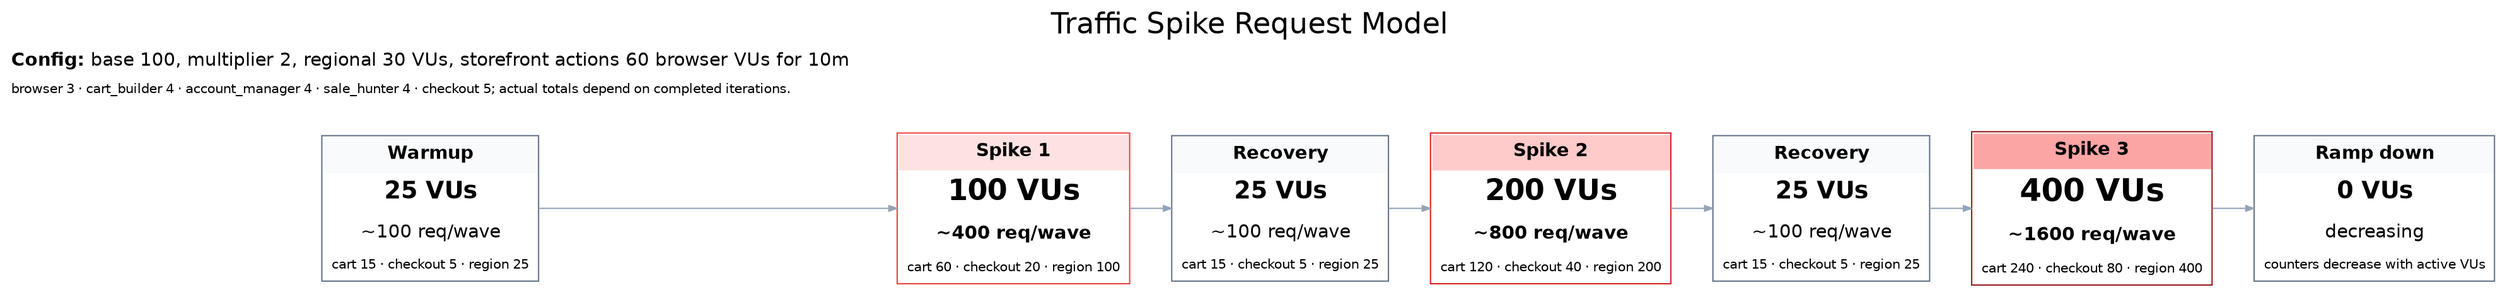
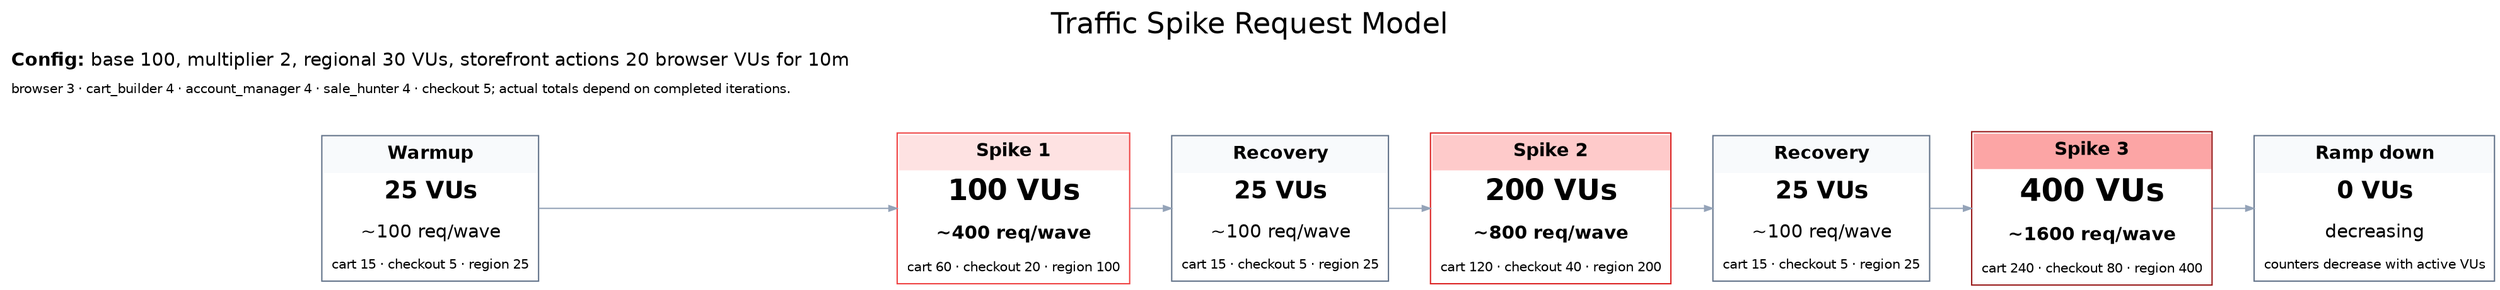
digraph traffic_spike_request_cards {
  graph [rankdir=LR, labelloc=t, label="Traffic Spike Request Model", fontsize=22, fontname="Helvetica", nodesep=0.35, ranksep=0.45, splines=ortho];
  node [shape=plain, fontname="Helvetica"];
  edge [color="#94a3b8", arrowsize=0.6];

  warmup [label=<
    <TABLE BORDER="1" CELLBORDER="0" CELLSPACING="0" CELLPADDING="6" COLOR="#64748b"><TR><TD BGCOLOR="#f8fafc"><B>Warmup</B></TD></TR><TR><TD><FONT POINT-SIZE="18"><B>25 VUs</B></FONT></TD></TR><TR><TD>~100 req/wave</TD></TR><TR><TD><FONT POINT-SIZE="10">cart 15 · checkout 5 · region 25</FONT></TD></TR></TABLE>
  >];
  spike1 [label=<
    <TABLE BORDER="1" CELLBORDER="0" CELLSPACING="0" CELLPADDING="6" COLOR="#ef4444"><TR><TD BGCOLOR="#fee2e2"><B>Spike 1</B></TD></TR><TR><TD><FONT POINT-SIZE="22"><B>100 VUs</B></FONT></TD></TR><TR><TD><B>~400 req/wave</B></TD></TR><TR><TD><FONT POINT-SIZE="10">cart 60 · checkout 20 · region 100</FONT></TD></TR></TABLE>
  >];
  recovery1 [label=<
    <TABLE BORDER="1" CELLBORDER="0" CELLSPACING="0" CELLPADDING="6" COLOR="#64748b"><TR><TD BGCOLOR="#f8fafc"><B>Recovery</B></TD></TR><TR><TD><FONT POINT-SIZE="18"><B>25 VUs</B></FONT></TD></TR><TR><TD>~100 req/wave</TD></TR><TR><TD><FONT POINT-SIZE="10">cart 15 · checkout 5 · region 25</FONT></TD></TR></TABLE>
  >];
  spike2 [label=<
    <TABLE BORDER="1" CELLBORDER="0" CELLSPACING="0" CELLPADDING="6" COLOR="#dc2626"><TR><TD BGCOLOR="#fecaca"><B>Spike 2</B></TD></TR><TR><TD><FONT POINT-SIZE="22"><B>200 VUs</B></FONT></TD></TR><TR><TD><B>~800 req/wave</B></TD></TR><TR><TD><FONT POINT-SIZE="10">cart 120 · checkout 40 · region 200</FONT></TD></TR></TABLE>
  >];
  recovery2 [label=<
    <TABLE BORDER="1" CELLBORDER="0" CELLSPACING="0" CELLPADDING="6" COLOR="#64748b"><TR><TD BGCOLOR="#f8fafc"><B>Recovery</B></TD></TR><TR><TD><FONT POINT-SIZE="18"><B>25 VUs</B></FONT></TD></TR><TR><TD>~100 req/wave</TD></TR><TR><TD><FONT POINT-SIZE="10">cart 15 · checkout 5 · region 25</FONT></TD></TR></TABLE>
  >];
  spike3 [label=<
    <TABLE BORDER="1" CELLBORDER="0" CELLSPACING="0" CELLPADDING="6" COLOR="#991b1b"><TR><TD BGCOLOR="#fca5a5"><B>Spike 3</B></TD></TR><TR><TD><FONT POINT-SIZE="24"><B>400 VUs</B></FONT></TD></TR><TR><TD><B>~1600 req/wave</B></TD></TR><TR><TD><FONT POINT-SIZE="10">cart 240 · checkout 80 · region 400</FONT></TD></TR></TABLE>
  >];
  rampdown [label=<
    <TABLE BORDER="1" CELLBORDER="0" CELLSPACING="0" CELLPADDING="6" COLOR="#64748b"><TR><TD BGCOLOR="#f8fafc"><B>Ramp down</B></TD></TR><TR><TD><FONT POINT-SIZE="18"><B>0 VUs</B></FONT></TD></TR><TR><TD>decreasing</TD></TR><TR><TD><FONT POINT-SIZE="10">counters decrease with active VUs</FONT></TD></TR></TABLE>
  >];
  legend [label=<
-     <TABLE BORDER="0" CELLBORDER="0" CELLSPACING="0" CELLPADDING="4"><TR><TD ALIGN="LEFT"><B>Config:</B> base 100, multiplier 2, regional 30 VUs, storefront actions 60 browser VUs for 10m</TD></TR><TR><TD ALIGN="LEFT"><FONT POINT-SIZE="10">browser 3 · cart_builder 4 · account_manager 4 · sale_hunter 4 · checkout 5; actual totals depend on completed iterations.</FONT></TD></TR></TABLE>
+     <TABLE BORDER="0" CELLBORDER="0" CELLSPACING="0" CELLPADDING="4"><TR><TD ALIGN="LEFT"><B>Config:</B> base 100, multiplier 2, regional 30 VUs, storefront actions 20 browser VUs for 10m</TD></TR><TR><TD ALIGN="LEFT"><FONT POINT-SIZE="10">browser 3 · cart_builder 4 · account_manager 4 · sale_hunter 4 · checkout 5; actual totals depend on completed iterations.</FONT></TD></TR></TABLE>
  >];

  warmup -> spike1 -> recovery1 -> spike2 -> recovery2 -> spike3 -> rampdown;
  { rank=same; legend }
}

